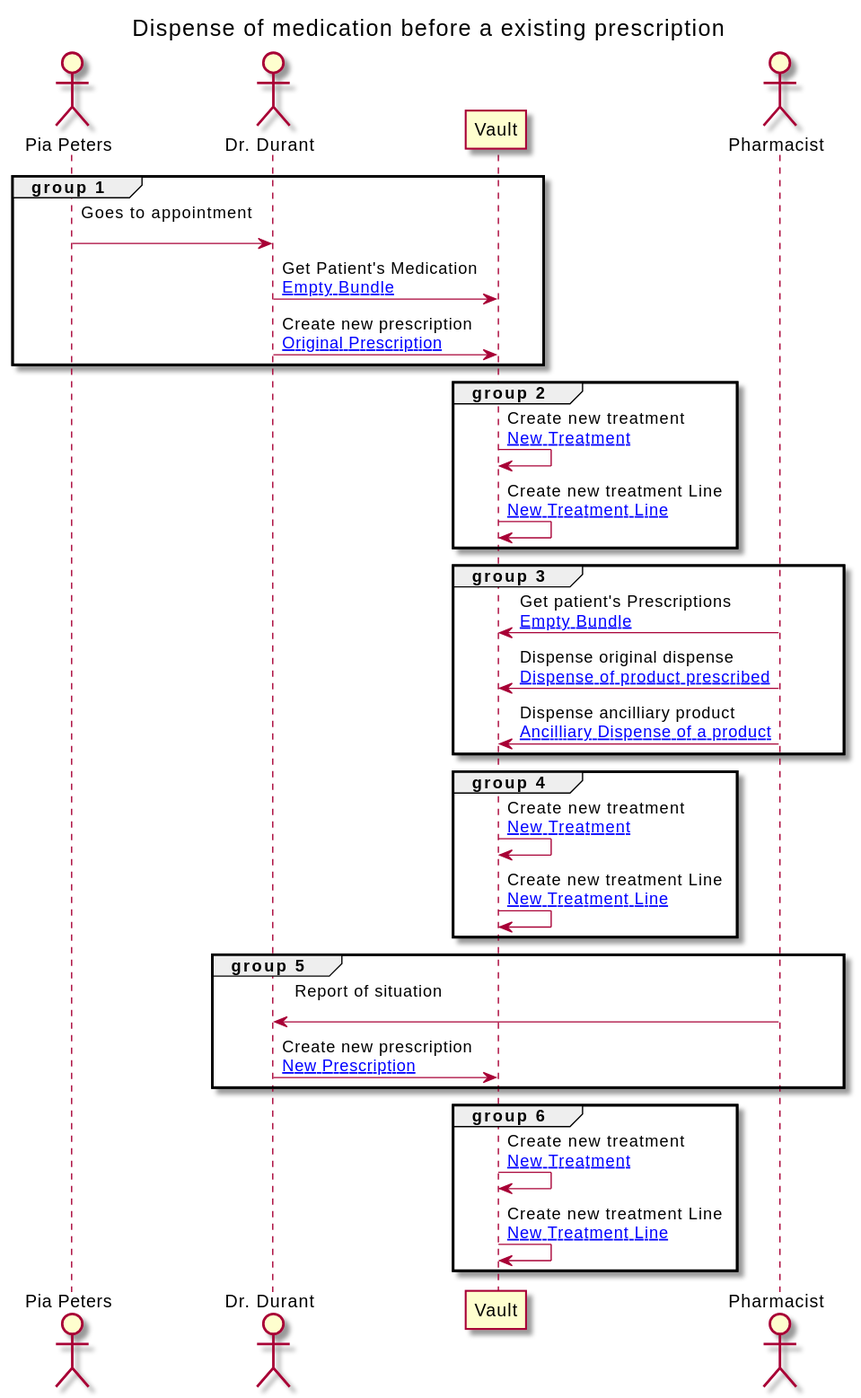
costateixeira/hl7-be-fhir-medication keeps this PlantUML diagram as branches/riziv/ExampleScenario-example-3-scenario.svg. Above is the earlier version. Its diagram source:
```plantuml
@startuml


Title Dispense of medication before a existing prescription

actor "Pia Peters" as PATIENT
actor "Dr. Durant" as GP
participant "Vault" as VAULT
actor "Pharmacist" as PHARM






group group 1

PATIENT -> GP : Goes to appointment\n
GP -> VAULT : Get Patient's Medication\n[[ExampleScenario-example-3-scenario-resources.html#EB Empty Bundle]]
GP -> VAULT : Create new prescription\n[[ExampleScenario-example-3-scenario-resources.html#3-prescription Original Prescription]]
end

group group 2

VAULT -> VAULT : Create new treatment\n[[ExampleScenario-example-3-scenario-resources.html#3-treatment New Treatment]]
VAULT -> VAULT : Create new treatment Line\n[[ExampleScenario-example-3-scenario-resources.html#3-treatmentLine New Treatment Line]]
end

group group 3

PHARM -> VAULT : Get patient's Prescriptions\n[[ExampleScenario-example-3-scenario-resources.html#EB Empty Bundle]]
PHARM -> VAULT : Dispense original dispense\n[[ExampleScenario-example-3-scenario-resources.html#3-dispense Dispense of product prescribed]]
PHARM -> VAULT : Dispense ancilliary product\n[[ExampleScenario-example-3-scenario-resources.html#3-2-dispense Ancilliary Dispense of a product]]
end

group group 4

VAULT -> VAULT : Create new treatment\n[[ExampleScenario-example-3-scenario-resources.html#3-treatment New Treatment]]
VAULT -> VAULT : Create new treatment Line\n[[ExampleScenario-example-3-scenario-resources.html#3-treatmentLine New Treatment Line]]
end

group group 5

PHARM -> GP : Report of situation\n
GP -> VAULT : Create new prescription\n[[ExampleScenario-example-3-scenario-resources.html#3-2-prescription New Prescription]]
end

group group 6

VAULT -> VAULT : Create new treatment\n[[ExampleScenario-example-3-scenario-resources.html#3-treatment New Treatment]]
VAULT -> VAULT : Create new treatment Line\n[[ExampleScenario-example-3-scenario-resources.html#3-treatmentLine New Treatment Line]]
end


@enduml
```
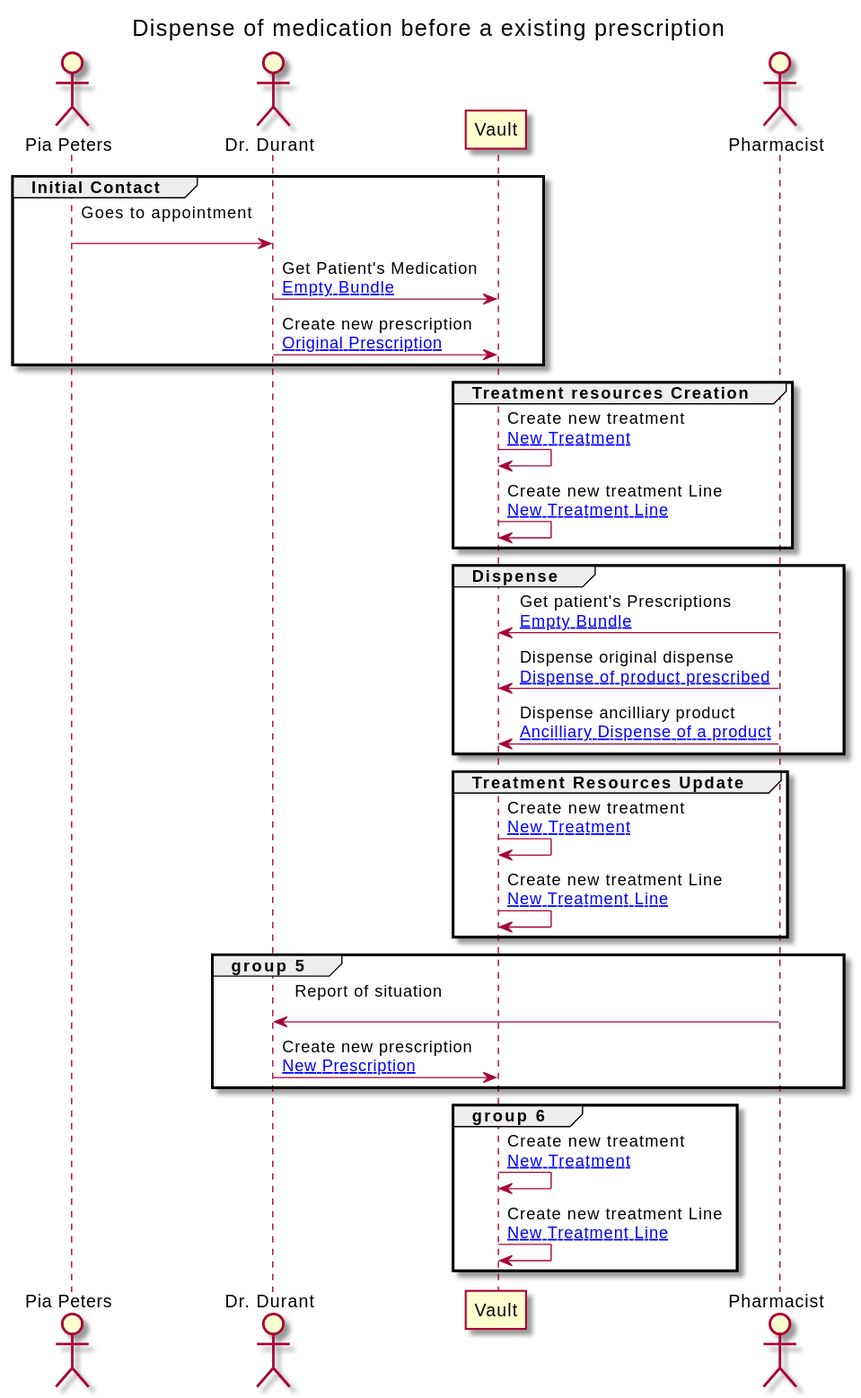
The same diagram one commit later.

What changed in the source:
```diff
@@ -13,27 +13,27 @@
 
 
 
-group group 1
+group Initial Contact
 
 PATIENT -> GP : Goes to appointment\n
 GP -> VAULT : Get Patient's Medication\n[[ExampleScenario-example-3-scenario-resources.html#EB Empty Bundle]]
 GP -> VAULT : Create new prescription\n[[ExampleScenario-example-3-scenario-resources.html#3-prescription Original Prescription]]
 end
 
-group group 2
+group Treatment resources Creation
 
 VAULT -> VAULT : Create new treatment\n[[ExampleScenario-example-3-scenario-resources.html#3-treatment New Treatment]]
 VAULT -> VAULT : Create new treatment Line\n[[ExampleScenario-example-3-scenario-resources.html#3-treatmentLine New Treatment Line]]
 end
 
-group group 3
+group Dispense
 
 PHARM -> VAULT : Get patient's Prescriptions\n[[ExampleScenario-example-3-scenario-resources.html#EB Empty Bundle]]
 PHARM -> VAULT : Dispense original dispense\n[[ExampleScenario-example-3-scenario-resources.html#3-dispense Dispense of product prescribed]]
 PHARM -> VAULT : Dispense ancilliary product\n[[ExampleScenario-example-3-scenario-resources.html#3-2-dispense Ancilliary Dispense of a product]]
 end
 
-group group 4
+group Treatment Resources Update
 
 VAULT -> VAULT : Create new treatment\n[[ExampleScenario-example-3-scenario-resources.html#3-treatment New Treatment]]
 VAULT -> VAULT : Create new treatment Line\n[[ExampleScenario-example-3-scenario-resources.html#3-treatmentLine New Treatment Line]]
```
